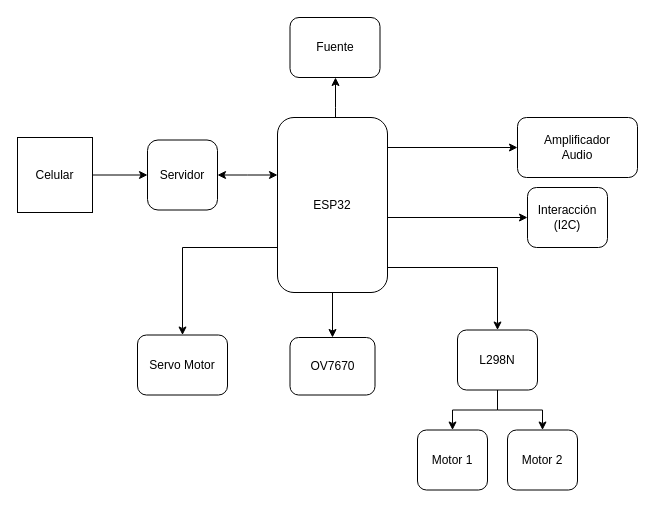
This is Diagrama_bloques.drawio from Davidariza99/Ejemplo-1, a draw.io file, before an edit. Source tidied: cells renumbered, new cells numbered last; positions are measured from the earlier drawing's top-left corner, leaving out a move shared by most shapes. Both pictures are drawn from the tidied source at 100%, with x=0, y=0 at pixel (17, 17).
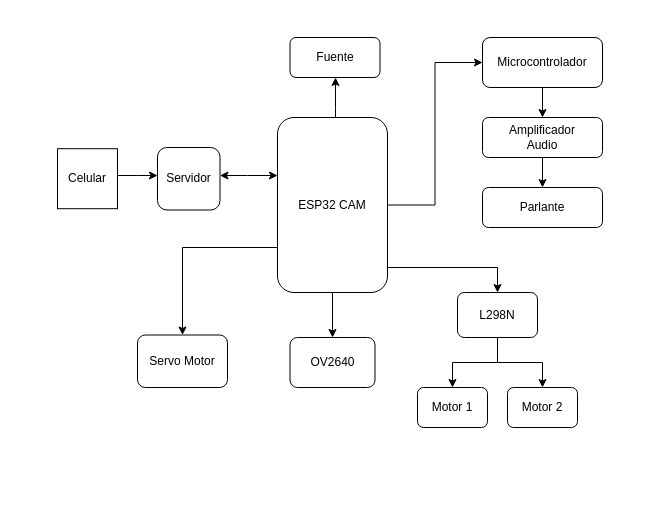
The same page after the edit.

Diff of the diagram source:
```diff
@@
     <mxCell id="3" value="Servidor" style="whiteSpace=wrap;html=1;rounded=1;" parent="1" vertex="1">
-      <mxGeometry x="130" y="122.5" width="70" height="70" as="geometry" />
+      <mxGeometry x="140" y="130" width="62.5" height="62.5" as="geometry" />
     </mxCell>
@@
-    <mxCell id="5" style="edgeStyle=orthogonalEdgeStyle;rounded=0;jettySize=auto;html=1;entryX=0;entryY=0.5;entryDx=0;entryDy=0;" parent="1" edge="1" source="10" target="19">
-      <mxGeometry relative="1" as="geometry">
-        <Array as="points">
-          <mxPoint x="510" y="200" />
-          <mxPoint x="510" y="200" />
-        </Array>
-      </mxGeometry>
-    </mxCell>
@@
-    <mxCell id="8" style="edgeStyle=orthogonalEdgeStyle;rounded=0;jettySize=auto;html=1;entryX=0;entryY=0.5;entryDx=0;entryDy=0;" parent="1" edge="1" source="10" target="22">
-      <mxGeometry relative="1" as="geometry">
-        <Array as="points">
-          <mxPoint x="500" y="130" />
-          <mxPoint x="500" y="130" />
-        </Array>
-      </mxGeometry>
-    </mxCell>
@@
+    <mxCell id="23" style="edgeStyle=orthogonalEdgeStyle;rounded=0;jettySize=auto;html=1;entryX=0;entryY=0.5;entryDx=0;entryDy=0;" parent="1" edge="1" source="10" target="26">
+      <mxGeometry relative="1" as="geometry" />
+    </mxCell>
-    <mxCell id="10" value="ESP32" style="rounded=1;whiteSpace=wrap;html=1;strokeWidth=1;" parent="1" vertex="1">
+    <mxCell id="10" value="ESP32 CAM" style="rounded=1;whiteSpace=wrap;html=1;strokeWidth=1;" parent="1" vertex="1">
       <mxGeometry x="260" y="100" width="110" height="175" as="geometry" />
     </mxCell>
     <mxCell id="11" style="edgeStyle=orthogonalEdgeStyle;rounded=0;jettySize=auto;html=1;" parent="1" edge="1" source="12" target="3">
       <mxGeometry relative="1" as="geometry">
         <Array as="points">
-          <mxPoint x="130" y="185.5" />
-          <mxPoint x="130" y="185.5" />
+          <mxPoint x="120" y="158" />
+          <mxPoint x="120" y="158" />
         </Array>
       </mxGeometry>
     </mxCell>
     <mxCell id="12" value="Celular" style="whiteSpace=wrap;html=1;rounded=0;strokeWidth=1;" parent="1" vertex="1">
-      <mxGeometry y="120" width="75" height="75" as="geometry" />
+      <mxGeometry x="40" y="131.2" width="60" height="60" as="geometry" />
     </mxCell>
-    <mxCell id="13" value="OV7670" style="rounded=1;whiteSpace=wrap;html=1;strokeWidth=1;" parent="1" vertex="1">
-      <mxGeometry x="272.5" y="320" width="85" height="57.5" as="geometry" />
+    <mxCell id="13" value="OV2640" style="rounded=1;whiteSpace=wrap;html=1;strokeWidth=1;" parent="1" vertex="1">
+      <mxGeometry x="272.5" y="320" width="85" height="50" as="geometry" />
     </mxCell>
@@
     <mxCell id="16" value="L298N" style="whiteSpace=wrap;html=1;rounded=1;strokeWidth=1;" parent="1" vertex="1">
-      <mxGeometry x="440" y="312.5" width="80" height="60" as="geometry" />
+      <mxGeometry x="440" y="275" width="80" height="45" as="geometry" />
     </mxCell>
     <mxCell id="17" value="Motor 1" style="whiteSpace=wrap;html=1;rounded=1;strokeWidth=1;" parent="1" vertex="1">
-      <mxGeometry x="400" y="412.5" width="70" height="60" as="geometry" />
+      <mxGeometry x="400" y="370" width="70" height="40" as="geometry" />
     </mxCell>
     <mxCell id="18" value="Motor 2" style="whiteSpace=wrap;html=1;rounded=1;strokeWidth=1;" parent="1" vertex="1">
-      <mxGeometry x="490" y="412.5" width="70" height="60" as="geometry" />
+      <mxGeometry x="490" y="370" width="70" height="40" as="geometry" />
     </mxCell>
-    <mxCell id="19" value="Interacción&lt;br&gt;(I2C)" style="whiteSpace=wrap;html=1;rounded=1;strokeWidth=1;" parent="1" vertex="1">
-      <mxGeometry x="510" y="170" width="80" height="60" as="geometry" />
-    </mxCell>
     <mxCell id="20" value="Servo Motor" style="rounded=1;whiteSpace=wrap;html=1;" parent="1" vertex="1">
-      <mxGeometry x="120" y="317.5" width="90" height="60" as="geometry" />
+      <mxGeometry x="120" y="317.5" width="90" height="52.5" as="geometry" />
     </mxCell>
     <mxCell id="21" value="Fuente" style="rounded=1;whiteSpace=wrap;html=1;" parent="1" vertex="1">
-      <mxGeometry x="272.5" width="90" height="60" as="geometry" />
+      <mxGeometry x="272.5" y="20" width="90" height="40" as="geometry" />
     </mxCell>
+    <mxCell id="24" style="edgeStyle=orthogonalEdgeStyle;rounded=0;jettySize=auto;html=1;" parent="1" edge="1" source="22" target="27">
+      <mxGeometry relative="1" as="geometry" />
+    </mxCell>
     <mxCell id="22" value="Amplificador&lt;br&gt;Audio" style="rounded=1;whiteSpace=wrap;html=1;" parent="1" vertex="1">
-      <mxGeometry x="500" y="100" width="120" height="60" as="geometry" />
+      <mxGeometry x="465" y="100" width="120" height="40" as="geometry" />
     </mxCell>
+    <mxCell id="25" style="edgeStyle=orthogonalEdgeStyle;rounded=0;jettySize=auto;html=1;" parent="1" edge="1" source="26" target="22">
+      <mxGeometry relative="1" as="geometry" />
+    </mxCell>
+    <mxCell id="26" value="Microcontrolador" style="rounded=1;whiteSpace=wrap;html=1;" parent="1" vertex="1">
+      <mxGeometry x="465" y="20" width="120" height="50" as="geometry" />
+    </mxCell>
+    <mxCell id="27" value="Parlante" style="rounded=1;whiteSpace=wrap;html=1;" parent="1" vertex="1">
+      <mxGeometry x="465" y="170" width="120" height="40" as="geometry" />
+    </mxCell>
```
